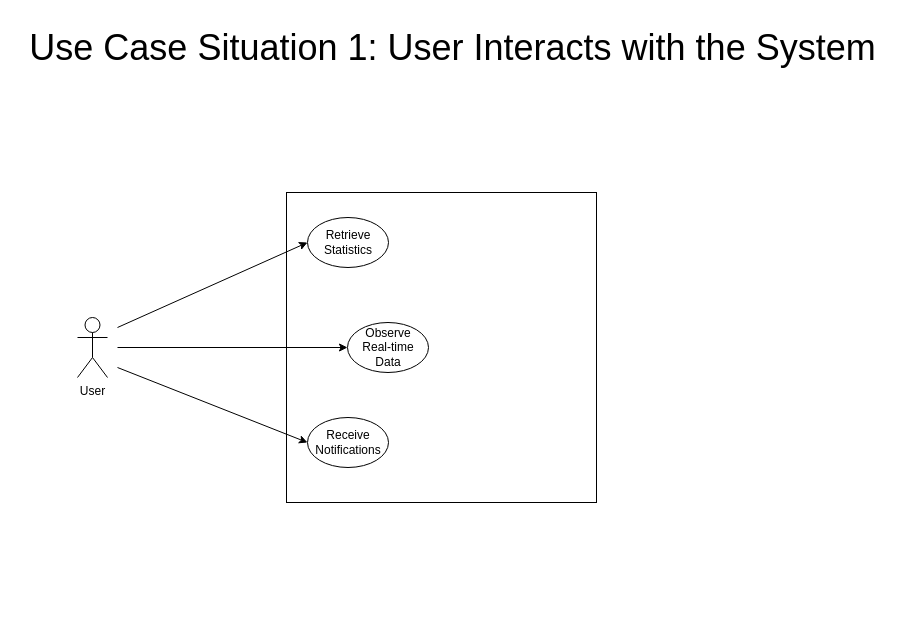
Earlier version of the draw.io diagram diagrams/Use_Case_Sit1.drawio (martintara/kaffeknekt). Source tidied: cells renumbered, new cells numbered last; positions are measured from the earlier drawing's top-left corner, leaving out a move shared by most shapes. Both pictures are drawn from the tidied source at 100%, with x=0, y=0 at pixel (17, 17).
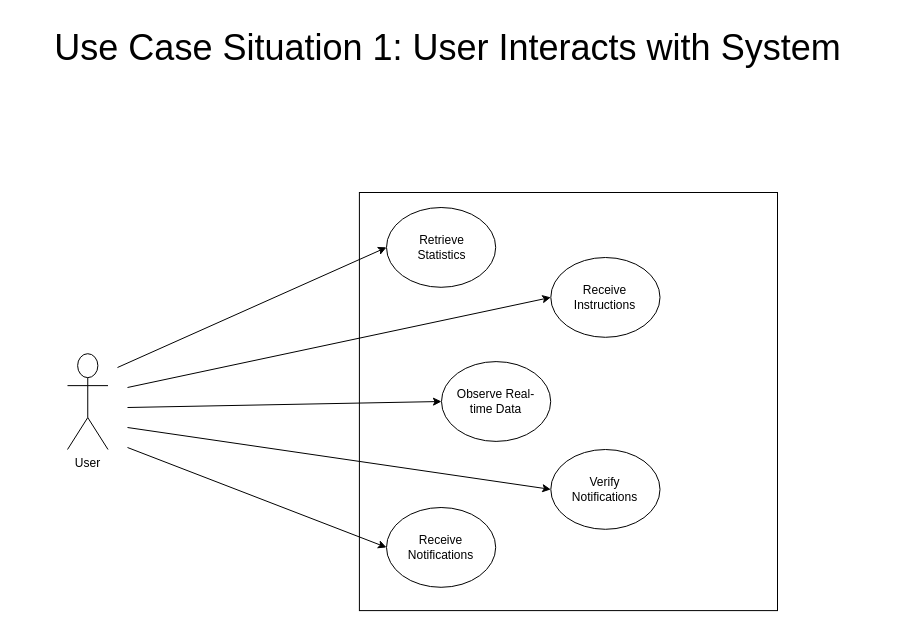
After the change.

Diff of the diagram source:
```diff
@@
+    <mxCell id="3" value="&lt;font style=&quot;font-size: 36px;&quot;&gt;Use Case Situation 1: User Interacts with System&lt;/font&gt;" style="text;html=1;align=center;verticalAlign=middle;strokeColor=none;fillColor=none;" parent="1" vertex="1">
+      <mxGeometry x="25" width="810" height="60" as="geometry" />
+    </mxCell>
     <mxCell id="2" style="whiteSpace=wrap;html=1;" parent="1" vertex="1">
-      <mxGeometry x="269" y="175" width="310" height="310" as="geometry" />
+      <mxGeometry x="341.9" y="175" width="418.1" height="418.1" as="geometry" />
     </mxCell>
-    <mxCell id="3" value="&lt;font style=&quot;font-size: 36px;&quot;&gt;Use Case Situation 1: User Interacts with the System&lt;/font&gt;" style="text;html=1;align=center;verticalAlign=middle;strokeColor=none;fillColor=none;" parent="1" vertex="1">
-      <mxGeometry width="870" height="60" as="geometry" />
-    </mxCell>
     <mxCell id="4" value="User" style="shape=umlActor;verticalLabelPosition=bottom;verticalAlign=top;html=1;" parent="1" vertex="1">
-      <mxGeometry x="60" y="300" width="30" height="60" as="geometry" />
+      <mxGeometry x="50" y="336.2" width="40.5" height="95.8" as="geometry" />
     </mxCell>
     <mxCell id="5" style="ellipse;whiteSpace=wrap;html=1;" parent="1" vertex="1">
-      <mxGeometry x="290" y="200" width="81" height="50" as="geometry" />
+      <mxGeometry x="369" y="190" width="109.2" height="79.8" as="geometry" />
     </mxCell>
     <mxCell id="6" value="Retrieve Statistics" style="text;html=1;align=center;verticalAlign=middle;whiteSpace=wrap;rounded=0;" parent="1" vertex="1">
-      <mxGeometry x="301" y="210" width="60" height="30" as="geometry" />
+      <mxGeometry x="383.8" y="206" width="80.9" height="47.9" as="geometry" />
     </mxCell>
     <mxCell id="7" style="ellipse;whiteSpace=wrap;html=1;" parent="1" vertex="1">
-      <mxGeometry x="290" y="400" width="81" height="50" as="geometry" />
+      <mxGeometry x="369" y="490" width="109.2" height="79.8" as="geometry" />
     </mxCell>
     <mxCell id="8" style="ellipse;whiteSpace=wrap;html=1;" parent="1" vertex="1">
-      <mxGeometry x="330" y="305" width="81" height="50" as="geometry" />
+      <mxGeometry x="424" y="344.1" width="109.2" height="79.8" as="geometry" />
     </mxCell>
     <mxCell id="9" value="Observe Real-time Data" style="text;html=1;align=center;verticalAlign=middle;whiteSpace=wrap;rounded=0;" parent="1" vertex="1">
-      <mxGeometry x="340.5" y="315" width="60" height="30" as="geometry" />
+      <mxGeometry x="438.2" y="360.1" width="80.9" height="47.9" as="geometry" />
     </mxCell>
     <mxCell id="10" value="Receive Notifications" style="text;html=1;align=center;verticalAlign=middle;whiteSpace=wrap;rounded=0;" parent="1" vertex="1">
-      <mxGeometry x="300.5" y="410" width="60" height="30" as="geometry" />
+      <mxGeometry x="383.2" y="506" width="80.9" height="47.9" as="geometry" />
     </mxCell>
     <mxCell id="11" style="endArrow=classic;html=1;rounded=0;entryX=0;entryY=0.5;entryDx=0;entryDy=0;" parent="1" edge="1" target="5">
       <mxGeometry relative="1" as="geometry">
-        <mxPoint x="100" y="310" as="sourcePoint" />
+        <mxPoint x="100" y="350" as="sourcePoint" />
       </mxGeometry>
     </mxCell>
-    <mxCell id="12" style="endArrow=classic;html=1;rounded=0;exitX=1;exitY=0.3333333333333333;exitDx=0;exitDy=0;exitPerimeter=0;entryX=0;entryY=0.5;entryDx=0;entryDy=0;" parent="1" edge="1" target="8">
+    <mxCell id="12" style="endArrow=classic;html=1;rounded=0;entryX=0;entryY=0.5;entryDx=0;entryDy=0;" parent="1" edge="1" target="8">
       <mxGeometry relative="1" as="geometry">
-        <mxPoint x="100" y="330" as="sourcePoint" />
+        <mxPoint x="110" y="390" as="sourcePoint" />
       </mxGeometry>
     </mxCell>
     <mxCell id="13" style="endArrow=classic;html=1;rounded=0;entryX=0;entryY=0.5;entryDx=0;entryDy=0;" parent="1" edge="1" target="7">
       <mxGeometry relative="1" as="geometry">
-        <mxPoint x="100" y="350" as="sourcePoint" />
+        <mxPoint x="110" y="430" as="sourcePoint" />
       </mxGeometry>
     </mxCell>
+    <mxCell id="14" value="Receive Instructions" style="ellipse;whiteSpace=wrap;html=1;" parent="1" vertex="1">
+      <mxGeometry x="533.3" y="240" width="109.2" height="79.8" as="geometry" />
+    </mxCell>
+    <mxCell id="15" value="&amp;nbsp; &amp;nbsp;Verify&amp;nbsp; &amp;nbsp; Notifications" style="ellipse;whiteSpace=wrap;html=1;" parent="1" vertex="1">
+      <mxGeometry x="533.3" y="432" width="109.2" height="79.8" as="geometry" />
+    </mxCell>
+    <mxCell id="16" style="endArrow=classic;html=1;rounded=0;entryX=0;entryY=0.5;entryDx=0;entryDy=0;" parent="1" edge="1" target="14">
+      <mxGeometry relative="1" as="geometry">
+        <mxPoint x="110" y="370" as="sourcePoint" />
+      </mxGeometry>
+    </mxCell>
+    <mxCell id="17" style="endArrow=classic;html=1;rounded=0;entryX=0;entryY=0.5;entryDx=0;entryDy=0;" parent="1" edge="1" target="15">
+      <mxGeometry relative="1" as="geometry">
+        <mxPoint x="110" y="410" as="sourcePoint" />
+      </mxGeometry>
+    </mxCell>
```
